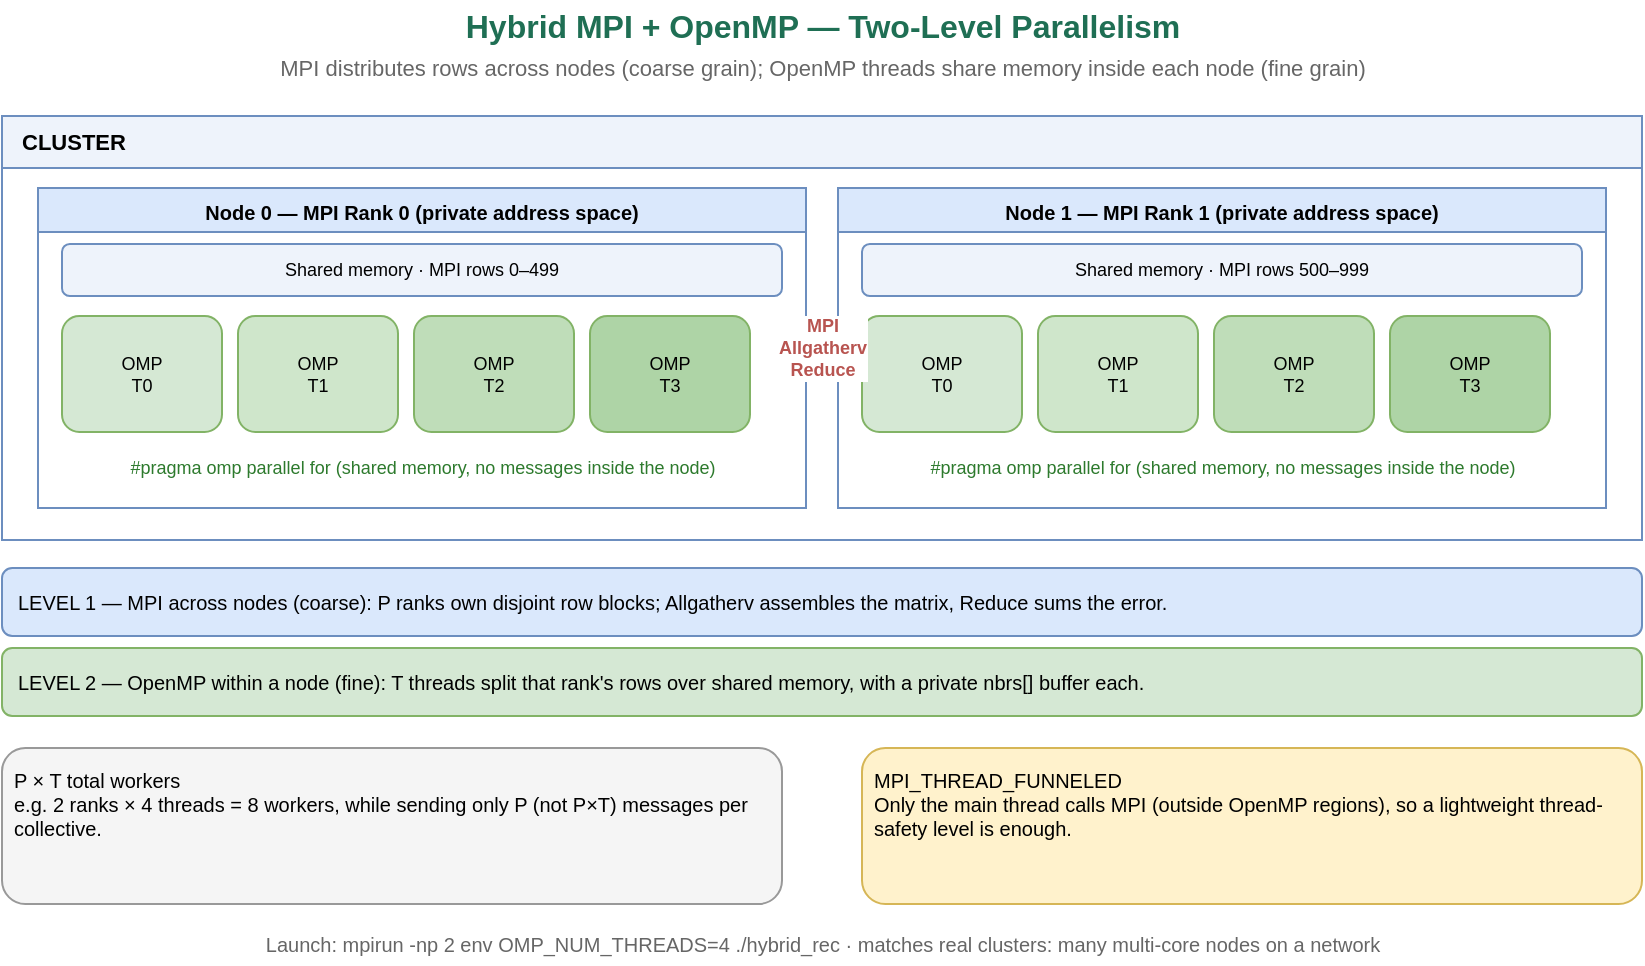
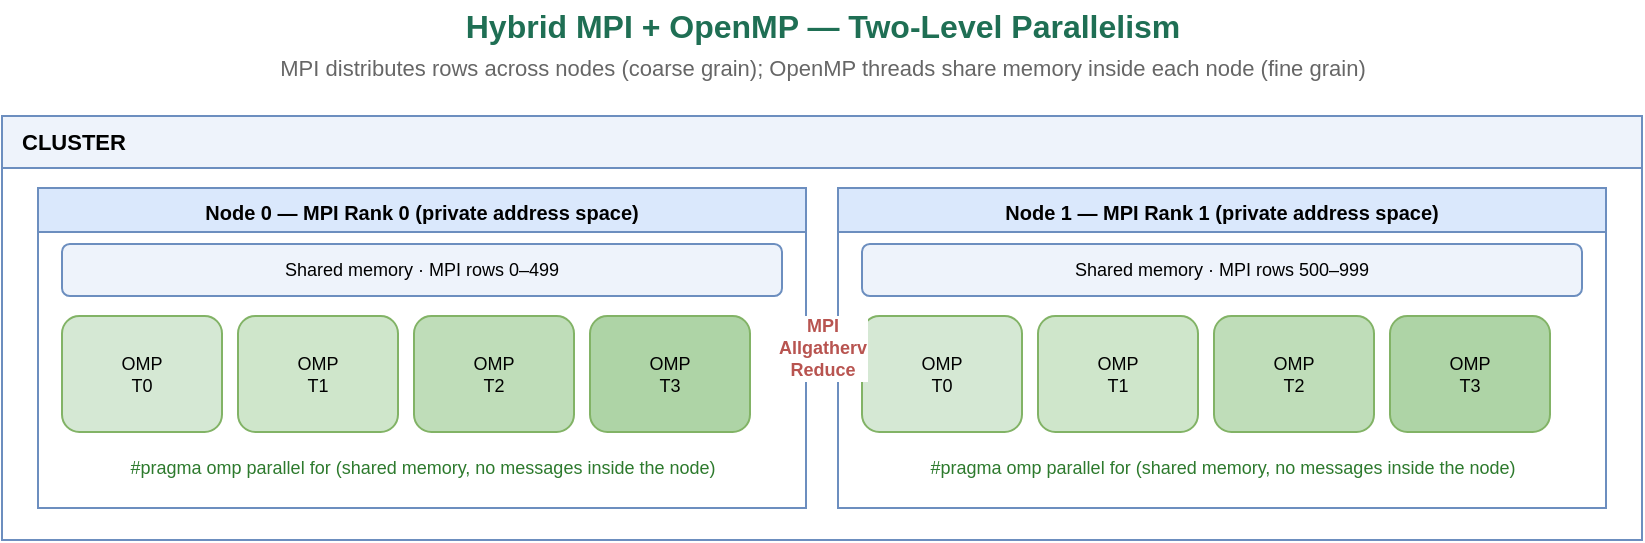
- <mxfile host="app.diagrams.net" version="21.1.2">
-   <diagram id="page6" name="6. Hybrid MPI+OpenMP">
-     <mxGraphModel dx="1000" dy="640" grid="1" gridSize="10" guides="1" tooltips="1" connect="1" arrows="1" fold="1" page="1" pageScale="1" pageWidth="900" pageHeight="620" math="0" shadow="0">
-       <root>
-         <mxCell id="0" />
-         <mxCell id="1" parent="0" />
- 
-         <!-- Title -->
-         <mxCell id="ttl" value="Hybrid MPI + OpenMP — Two-Level Parallelism" style="text;html=1;align=center;verticalAlign=middle;fontStyle=1;fontSize=16;fontColor=#1f6f54;" vertex="1" parent="1">
-           <mxGeometry x="150" y="16" width="600" height="26" as="geometry" />
-         </mxCell>
-         <mxCell id="sub" value="MPI distributes rows across nodes (coarse grain); OpenMP threads share memory inside each node (fine grain)" style="text;html=1;align=center;verticalAlign=middle;fontSize=11;fontColor=#666666;" vertex="1" parent="1">
-           <mxGeometry x="120" y="40" width="660" height="20" as="geometry" />
-         </mxCell>
- 
-         <!-- Cluster -->
-         <mxCell id="cl" value="CLUSTER" style="swimlane;startSize=26;whiteSpace=wrap;html=1;fillColor=#eef3fb;strokeColor=#6c8ebf;fontSize=11;fontStyle=1;verticalAlign=top;align=left;spacingLeft=8;" vertex="1" parent="1">
-           <mxGeometry x="40" y="74" width="820" height="212" as="geometry" />
-         </mxCell>
- 
-         <!-- Node 0 -->
-         <mxCell id="n0" value="Node 0  —  MPI Rank 0  (private address space)" style="swimlane;startSize=22;whiteSpace=wrap;html=1;fillColor=#dae8fc;strokeColor=#6c8ebf;fontSize=10;fontStyle=1;verticalAlign=top;align=center;" vertex="1" parent="cl">
-           <mxGeometry x="18" y="36" width="384" height="160" as="geometry" />
-         </mxCell>
-         <mxCell id="n0m" value="Shared memory · MPI rows 0–499" style="rounded=1;whiteSpace=wrap;html=1;fillColor=#eef3fb;strokeColor=#6c8ebf;fontSize=9;verticalAlign=middle;" vertex="1" parent="n0">
-           <mxGeometry x="12" y="28" width="360" height="26" as="geometry" />
-         </mxCell>
-         <mxCell id="n0t0" value="OMP&#10;T0" style="rounded=1;whiteSpace=wrap;html=1;fillColor=#d5e8d4;strokeColor=#82b366;fontSize=9;verticalAlign=middle;" vertex="1" parent="n0"><mxGeometry x="12" y="64" width="80" height="58" as="geometry" /></mxCell>
-         <mxCell id="n0t1" value="OMP&#10;T1" style="rounded=1;whiteSpace=wrap;html=1;fillColor=#cfe6cb;strokeColor=#82b366;fontSize=9;verticalAlign=middle;" vertex="1" parent="n0"><mxGeometry x="100" y="64" width="80" height="58" as="geometry" /></mxCell>
-         <mxCell id="n0t2" value="OMP&#10;T2" style="rounded=1;whiteSpace=wrap;html=1;fillColor=#bfddb9;strokeColor=#82b366;fontSize=9;verticalAlign=middle;" vertex="1" parent="n0"><mxGeometry x="188" y="64" width="80" height="58" as="geometry" /></mxCell>
-         <mxCell id="n0t3" value="OMP&#10;T3" style="rounded=1;whiteSpace=wrap;html=1;fillColor=#aed4a6;strokeColor=#82b366;fontSize=9;verticalAlign=middle;" vertex="1" parent="n0"><mxGeometry x="276" y="64" width="80" height="58" as="geometry" /></mxCell>
-         <mxCell id="n0lbl" value="#pragma omp parallel for (shared memory, no messages inside the node)" style="text;html=1;align=center;fontSize=9;fontColor=#2d7a2d;" vertex="1" parent="n0"><mxGeometry x="12" y="128" width="360" height="24" as="geometry" /></mxCell>
- 
-         <!-- Node 1 -->
-         <mxCell id="n1" value="Node 1  —  MPI Rank 1  (private address space)" style="swimlane;startSize=22;whiteSpace=wrap;html=1;fillColor=#dae8fc;strokeColor=#6c8ebf;fontSize=10;fontStyle=1;verticalAlign=top;align=center;" vertex="1" parent="cl">
-           <mxGeometry x="418" y="36" width="384" height="160" as="geometry" />
-         </mxCell>
-         <mxCell id="n1m" value="Shared memory · MPI rows 500–999" style="rounded=1;whiteSpace=wrap;html=1;fillColor=#eef3fb;strokeColor=#6c8ebf;fontSize=9;verticalAlign=middle;" vertex="1" parent="n1">
-           <mxGeometry x="12" y="28" width="360" height="26" as="geometry" />
-         </mxCell>
-         <mxCell id="n1t0" value="OMP&#10;T0" style="rounded=1;whiteSpace=wrap;html=1;fillColor=#d5e8d4;strokeColor=#82b366;fontSize=9;verticalAlign=middle;" vertex="1" parent="n1"><mxGeometry x="12" y="64" width="80" height="58" as="geometry" /></mxCell>
-         <mxCell id="n1t1" value="OMP&#10;T1" style="rounded=1;whiteSpace=wrap;html=1;fillColor=#cfe6cb;strokeColor=#82b366;fontSize=9;verticalAlign=middle;" vertex="1" parent="n1"><mxGeometry x="100" y="64" width="80" height="58" as="geometry" /></mxCell>
-         <mxCell id="n1t2" value="OMP&#10;T2" style="rounded=1;whiteSpace=wrap;html=1;fillColor=#bfddb9;strokeColor=#82b366;fontSize=9;verticalAlign=middle;" vertex="1" parent="n1"><mxGeometry x="188" y="64" width="80" height="58" as="geometry" /></mxCell>
-         <mxCell id="n1t3" value="OMP&#10;T3" style="rounded=1;whiteSpace=wrap;html=1;fillColor=#aed4a6;strokeColor=#82b366;fontSize=9;verticalAlign=middle;" vertex="1" parent="n1"><mxGeometry x="276" y="64" width="80" height="58" as="geometry" /></mxCell>
-         <mxCell id="n1lbl" value="#pragma omp parallel for (shared memory, no messages inside the node)" style="text;html=1;align=center;fontSize=9;fontColor=#2d7a2d;" vertex="1" parent="n1"><mxGeometry x="12" y="128" width="360" height="24" as="geometry" /></mxCell>
- 
-         <!-- MPI link between nodes -->
-         <mxCell id="mpilink" value="MPI&#10;Allgatherv&#10;Reduce" style="edgeStyle=orthogonalEdgeStyle;rounded=0;html=1;startArrow=block;startFill=1;endArrow=block;endFill=1;strokeWidth=2.5;strokeColor=#b85450;fontSize=9;fontColor=#b85450;fontStyle=1;" edge="1" source="n0" target="n1" parent="cl"><mxGeometry relative="1" as="geometry" /></mxCell>
- 
-         <!-- Level legend -->
-         <mxCell id="lvl1" value="LEVEL 1 — MPI across nodes (coarse): P ranks own disjoint row blocks; Allgatherv assembles the matrix, Reduce sums the error." style="rounded=1;whiteSpace=wrap;html=1;fillColor=#dae8fc;strokeColor=#6c8ebf;fontSize=10;verticalAlign=middle;align=left;spacing=8;" vertex="1" parent="1">
-           <mxGeometry x="40" y="300" width="820" height="34" as="geometry" />
-         </mxCell>
-         <mxCell id="lvl2" value="LEVEL 2 — OpenMP within a node (fine): T threads split that rank's rows over shared memory, with a private nbrs[] buffer each." style="rounded=1;whiteSpace=wrap;html=1;fillColor=#d5e8d4;strokeColor=#82b366;fontSize=10;verticalAlign=middle;align=left;spacing=8;" vertex="1" parent="1">
-           <mxGeometry x="40" y="340" width="820" height="34" as="geometry" />
-         </mxCell>
- 
-         <!-- Concept boxes -->
-         <mxCell id="c1" value="P × T total workers&#10;e.g. 2 ranks × 4 threads = 8 workers, while sending only P (not P×T) messages per collective." style="rounded=1;whiteSpace=wrap;html=1;fillColor=#f5f5f5;strokeColor=#999999;fontSize=10;verticalAlign=top;align=left;spacing=6;" vertex="1" parent="1">
-           <mxGeometry x="40" y="390" width="390" height="78" as="geometry" />
-         </mxCell>
-         <mxCell id="c2" value="MPI_THREAD_FUNNELED&#10;Only the main thread calls MPI (outside OpenMP regions), so a lightweight thread-safety level is enough." style="rounded=1;whiteSpace=wrap;html=1;fillColor=#fff2cc;strokeColor=#d6b656;fontSize=10;verticalAlign=top;align=left;spacing=6;" vertex="1" parent="1">
-           <mxGeometry x="470" y="390" width="390" height="78" as="geometry" />
-         </mxCell>
- 
-         <!-- Footer -->
-         <mxCell id="ft" value="Launch: mpirun -np 2 env OMP_NUM_THREADS=4 ./hybrid_rec   ·   matches real clusters: many multi-core nodes on a network" style="text;html=1;align=center;verticalAlign=middle;fontSize=10;fontColor=#666666;" vertex="1" parent="1">
-           <mxGeometry x="40" y="478" width="820" height="20" as="geometry" />
-         </mxCell>
-       </root>
-     </mxGraphModel>
-   </diagram>
- </mxfile>
+ <mxfile host="65bd71144e">
+     <diagram id="page6" name="6. Hybrid MPI+OpenMP">
+         <mxGraphModel dx="702" dy="172" grid="1" gridSize="10" guides="1" tooltips="1" connect="1" arrows="1" fold="1" page="1" pageScale="1" pageWidth="900" pageHeight="620" math="0" shadow="0">
+             <root>
+                 <mxCell id="0"/>
+                 <mxCell id="1" parent="0"/>
+                 <mxCell id="ttl" value="Hybrid MPI + OpenMP — Two-Level Parallelism" style="text;html=1;align=center;verticalAlign=middle;fontStyle=1;fontSize=16;fontColor=#1f6f54;" parent="1" vertex="1">
+                     <mxGeometry x="150" y="16" width="600" height="26" as="geometry"/>
+                 </mxCell>
+                 <mxCell id="sub" value="MPI distributes rows across nodes (coarse grain); OpenMP threads share memory inside each node (fine grain)" style="text;html=1;align=center;verticalAlign=middle;fontSize=11;fontColor=#666666;" parent="1" vertex="1">
+                     <mxGeometry x="120" y="40" width="660" height="20" as="geometry"/>
+                 </mxCell>
+                 <mxCell id="cl" value="CLUSTER" style="swimlane;startSize=26;whiteSpace=wrap;html=1;fillColor=#eef3fb;strokeColor=#6c8ebf;fontSize=11;fontStyle=1;verticalAlign=top;align=left;spacingLeft=8;" parent="1" vertex="1">
+                     <mxGeometry x="40" y="74" width="820" height="212" as="geometry"/>
+                 </mxCell>
+                 <mxCell id="n0" value="Node 0  —  MPI Rank 0  (private address space)" style="swimlane;startSize=22;whiteSpace=wrap;html=1;fillColor=#dae8fc;strokeColor=#6c8ebf;fontSize=10;fontStyle=1;verticalAlign=top;align=center;" parent="cl" vertex="1">
+                     <mxGeometry x="18" y="36" width="384" height="160" as="geometry"/>
+                 </mxCell>
+                 <mxCell id="n0m" value="Shared memory · MPI rows 0–499" style="rounded=1;whiteSpace=wrap;html=1;fillColor=#eef3fb;strokeColor=#6c8ebf;fontSize=9;verticalAlign=middle;" parent="n0" vertex="1">
+                     <mxGeometry x="12" y="28" width="360" height="26" as="geometry"/>
+                 </mxCell>
+                 <mxCell id="n0t0" value="OMP&#xa;T0" style="rounded=1;whiteSpace=wrap;html=1;fillColor=#d5e8d4;strokeColor=#82b366;fontSize=9;verticalAlign=middle;" parent="n0" vertex="1">
+                     <mxGeometry x="12" y="64" width="80" height="58" as="geometry"/>
+                 </mxCell>
+                 <mxCell id="n0t1" value="OMP&#xa;T1" style="rounded=1;whiteSpace=wrap;html=1;fillColor=#cfe6cb;strokeColor=#82b366;fontSize=9;verticalAlign=middle;" parent="n0" vertex="1">
+                     <mxGeometry x="100" y="64" width="80" height="58" as="geometry"/>
+                 </mxCell>
+                 <mxCell id="n0t2" value="OMP&#xa;T2" style="rounded=1;whiteSpace=wrap;html=1;fillColor=#bfddb9;strokeColor=#82b366;fontSize=9;verticalAlign=middle;" parent="n0" vertex="1">
+                     <mxGeometry x="188" y="64" width="80" height="58" as="geometry"/>
+                 </mxCell>
+                 <mxCell id="n0t3" value="OMP&#xa;T3" style="rounded=1;whiteSpace=wrap;html=1;fillColor=#aed4a6;strokeColor=#82b366;fontSize=9;verticalAlign=middle;" parent="n0" vertex="1">
+                     <mxGeometry x="276" y="64" width="80" height="58" as="geometry"/>
+                 </mxCell>
+                 <mxCell id="n0lbl" value="#pragma omp parallel for (shared memory, no messages inside the node)" style="text;html=1;align=center;fontSize=9;fontColor=#2d7a2d;" parent="n0" vertex="1">
+                     <mxGeometry x="12" y="128" width="360" height="24" as="geometry"/>
+                 </mxCell>
+                 <mxCell id="n1" value="Node 1  —  MPI Rank 1  (private address space)" style="swimlane;startSize=22;whiteSpace=wrap;html=1;fillColor=#dae8fc;strokeColor=#6c8ebf;fontSize=10;fontStyle=1;verticalAlign=top;align=center;" parent="cl" vertex="1">
+                     <mxGeometry x="418" y="36" width="384" height="160" as="geometry"/>
+                 </mxCell>
+                 <mxCell id="n1m" value="Shared memory · MPI rows 500–999" style="rounded=1;whiteSpace=wrap;html=1;fillColor=#eef3fb;strokeColor=#6c8ebf;fontSize=9;verticalAlign=middle;" parent="n1" vertex="1">
+                     <mxGeometry x="12" y="28" width="360" height="26" as="geometry"/>
+                 </mxCell>
+                 <mxCell id="n1t0" value="OMP&#xa;T0" style="rounded=1;whiteSpace=wrap;html=1;fillColor=#d5e8d4;strokeColor=#82b366;fontSize=9;verticalAlign=middle;" parent="n1" vertex="1">
+                     <mxGeometry x="12" y="64" width="80" height="58" as="geometry"/>
+                 </mxCell>
+                 <mxCell id="n1t1" value="OMP&#xa;T1" style="rounded=1;whiteSpace=wrap;html=1;fillColor=#cfe6cb;strokeColor=#82b366;fontSize=9;verticalAlign=middle;" parent="n1" vertex="1">
+                     <mxGeometry x="100" y="64" width="80" height="58" as="geometry"/>
+                 </mxCell>
+                 <mxCell id="n1t2" value="OMP&#xa;T2" style="rounded=1;whiteSpace=wrap;html=1;fillColor=#bfddb9;strokeColor=#82b366;fontSize=9;verticalAlign=middle;" parent="n1" vertex="1">
+                     <mxGeometry x="188" y="64" width="80" height="58" as="geometry"/>
+                 </mxCell>
+                 <mxCell id="n1t3" value="OMP&#xa;T3" style="rounded=1;whiteSpace=wrap;html=1;fillColor=#aed4a6;strokeColor=#82b366;fontSize=9;verticalAlign=middle;" parent="n1" vertex="1">
+                     <mxGeometry x="276" y="64" width="80" height="58" as="geometry"/>
+                 </mxCell>
+                 <mxCell id="n1lbl" value="#pragma omp parallel for (shared memory, no messages inside the node)" style="text;html=1;align=center;fontSize=9;fontColor=#2d7a2d;" parent="n1" vertex="1">
+                     <mxGeometry x="12" y="128" width="360" height="24" as="geometry"/>
+                 </mxCell>
+                 <mxCell id="mpilink" value="MPI&#xa;Allgatherv&#xa;Reduce" style="edgeStyle=orthogonalEdgeStyle;rounded=0;html=1;startArrow=block;startFill=1;endArrow=block;endFill=1;strokeWidth=2.5;strokeColor=#b85450;fontSize=9;fontColor=#b85450;fontStyle=1;" parent="cl" source="n0" target="n1" edge="1">
+                     <mxGeometry relative="1" as="geometry"/>
+                 </mxCell>
+             </root>
+         </mxGraphModel>
+     </diagram>
+ </mxfile>